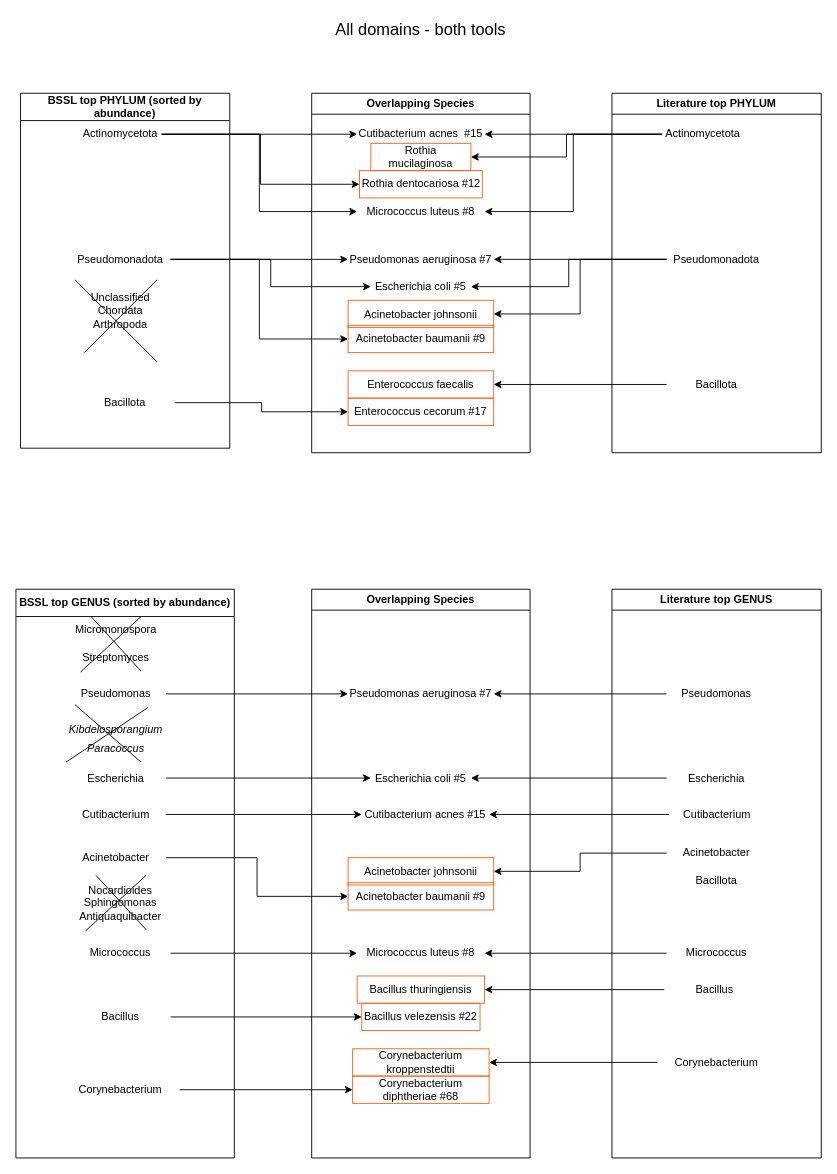
Before: page "Page-4" (4 of 4) of mag_flowchart_analysis.drawio in IceGreb/diagrams, a draw.io diagram. Source tidied: cells renumbered, new cells numbered last; positions are measured from the earlier drawing's top-left corner, leaving out a move shared by most shapes. Both pictures are drawn from the tidied source at 91%, with x=0, y=0 at pixel (15, 15).
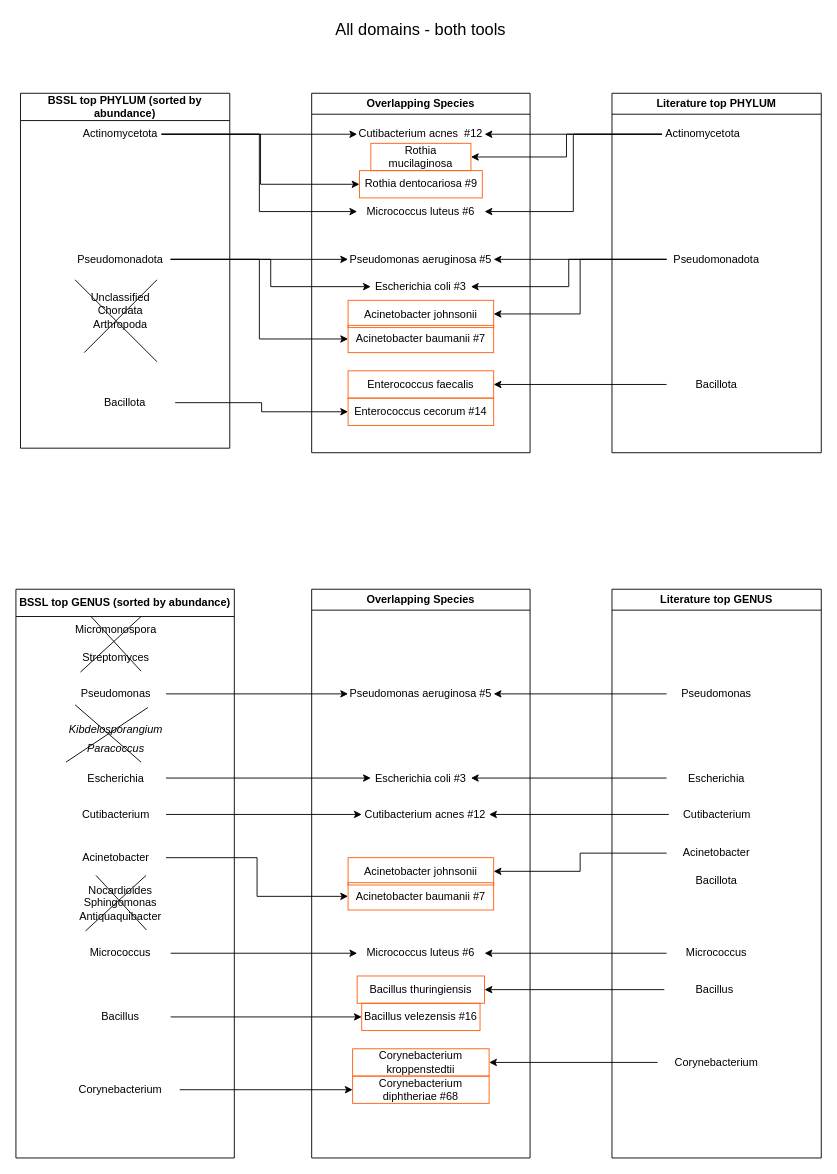
Above is the later version.

The change refers to these unchanged cells:
```xml
<mxCell id="13" value="Overlapping Species" style="swimlane;whiteSpace=wrap;html=1;" parent="1" vertex="1">
  <mxGeometry x="325" y="85" width="240" height="395" as="geometry" />
</mxCell>
<mxCell id="58" value="Overlapping Species" style="swimlane;whiteSpace=wrap;html=1;" parent="1" vertex="1">
  <mxGeometry x="325" y="630" width="240" height="625" as="geometry" />
</mxCell>
```

Change to the diagram source:
```diff
@@
-    <mxCell id="15" value="Rothia dentocariosa #12" style="text;html=1;whiteSpace=wrap;strokeColor=#FF5F0F;fillColor=none;align=center;verticalAlign=middle;rounded=0;" parent="13" vertex="1">
+    <mxCell id="15" value="Rothia dentocariosa #9" style="text;html=1;whiteSpace=wrap;strokeColor=#FF5F0F;fillColor=none;align=center;verticalAlign=middle;rounded=0;" parent="13" vertex="1">
       <mxGeometry x="52.5" y="85" width="135" height="30" as="geometry" />
     </mxCell>
-    <mxCell id="16" value="Micrococcus luteus #8" style="text;html=1;whiteSpace=wrap;strokeColor=none;fillColor=none;align=center;verticalAlign=middle;rounded=0;" parent="13" vertex="1">
+    <mxCell id="16" value="Micrococcus luteus #6" style="text;html=1;whiteSpace=wrap;strokeColor=none;fillColor=none;align=center;verticalAlign=middle;rounded=0;" parent="13" vertex="1">
       <mxGeometry x="50" y="115" width="140" height="30" as="geometry" />
     </mxCell>
-    <mxCell id="17" value="Cutibacterium acnes&amp;nbsp; #15" style="text;html=1;whiteSpace=wrap;strokeColor=none;fillColor=none;align=center;verticalAlign=middle;rounded=0;" parent="13" vertex="1">
+    <mxCell id="17" value="Cutibacterium acnes&amp;nbsp; #12" style="text;html=1;whiteSpace=wrap;strokeColor=none;fillColor=none;align=center;verticalAlign=middle;rounded=0;" parent="13" vertex="1">
       <mxGeometry x="50" y="30" width="140" height="30" as="geometry" />
     </mxCell>
-    <mxCell id="18" value="Pseudomonas aeruginosa #7" style="text;html=1;whiteSpace=wrap;strokeColor=none;fillColor=none;align=center;verticalAlign=middle;rounded=0;" parent="13" vertex="1">
+    <mxCell id="18" value="Pseudomonas aeruginosa #5" style="text;html=1;whiteSpace=wrap;strokeColor=none;fillColor=none;align=center;verticalAlign=middle;rounded=0;" parent="13" vertex="1">
       <mxGeometry x="40" y="167.5" width="160" height="30" as="geometry" />
     </mxCell>
-    <mxCell id="19" value="Escherichia coli #5" style="text;html=1;whiteSpace=wrap;strokeColor=none;fillColor=none;align=center;verticalAlign=middle;rounded=0;" parent="13" vertex="1">
+    <mxCell id="19" value="Escherichia coli #3" style="text;html=1;whiteSpace=wrap;strokeColor=none;fillColor=none;align=center;verticalAlign=middle;rounded=0;" parent="13" vertex="1">
       <mxGeometry x="65" y="197.5" width="110" height="30" as="geometry" />
     </mxCell>
@@
-    <mxCell id="21" value="Acinetobacter baumanii #9" style="text;html=1;whiteSpace=wrap;strokeColor=#FF5F0F;fillColor=none;align=center;verticalAlign=middle;rounded=0;" parent="13" vertex="1">
+    <mxCell id="21" value="Acinetobacter baumanii #7" style="text;html=1;whiteSpace=wrap;strokeColor=#FF5F0F;fillColor=none;align=center;verticalAlign=middle;rounded=0;" parent="13" vertex="1">
       <mxGeometry x="40" y="255" width="160" height="30" as="geometry" />
     </mxCell>
@@
-    <mxCell id="23" value="Enterococcus cecorum #17" style="text;html=1;whiteSpace=wrap;strokeColor=#FF5F0F;fillColor=none;align=center;verticalAlign=middle;rounded=0;" parent="13" vertex="1">
+    <mxCell id="23" value="Enterococcus cecorum #14" style="text;html=1;whiteSpace=wrap;strokeColor=#FF5F0F;fillColor=none;align=center;verticalAlign=middle;rounded=0;" parent="13" vertex="1">
       <mxGeometry x="40" y="335" width="160" height="30" as="geometry" />
     </mxCell>
@@
-    <mxCell id="59" value="Pseudomonas aeruginosa #7" style="text;html=1;whiteSpace=wrap;strokeColor=none;fillColor=none;align=center;verticalAlign=middle;rounded=0;" parent="58" vertex="1">
+    <mxCell id="59" value="Pseudomonas aeruginosa #5" style="text;html=1;whiteSpace=wrap;strokeColor=none;fillColor=none;align=center;verticalAlign=middle;rounded=0;" parent="58" vertex="1">
       <mxGeometry x="40" y="100" width="160" height="30" as="geometry" />
     </mxCell>
-    <mxCell id="60" value="Escherichia coli #5" style="text;html=1;whiteSpace=wrap;strokeColor=none;fillColor=none;align=center;verticalAlign=middle;rounded=0;" parent="58" vertex="1">
+    <mxCell id="60" value="Escherichia coli #3" style="text;html=1;whiteSpace=wrap;strokeColor=none;fillColor=none;align=center;verticalAlign=middle;rounded=0;" parent="58" vertex="1">
       <mxGeometry x="65" y="192.5" width="110" height="30" as="geometry" />
     </mxCell>
@@
-    <mxCell id="62" value="Acinetobacter baumanii #9" style="text;html=1;whiteSpace=wrap;strokeColor=#FF5F0F;fillColor=none;align=center;verticalAlign=middle;rounded=0;" parent="58" vertex="1">
+    <mxCell id="62" value="Acinetobacter baumanii #7" style="text;html=1;whiteSpace=wrap;strokeColor=#FF5F0F;fillColor=none;align=center;verticalAlign=middle;rounded=0;" parent="58" vertex="1">
       <mxGeometry x="40" y="322.5" width="160" height="30" as="geometry" />
     </mxCell>
-    <mxCell id="63" value="Cutibacterium acnes #15" style="text;html=1;whiteSpace=wrap;strokeColor=none;fillColor=none;align=center;verticalAlign=middle;rounded=0;" parent="58" vertex="1">
+    <mxCell id="63" value="Cutibacterium acnes #12" style="text;html=1;whiteSpace=wrap;strokeColor=none;fillColor=none;align=center;verticalAlign=middle;rounded=0;" parent="58" vertex="1">
       <mxGeometry x="55" y="232.5" width="140" height="30" as="geometry" />
     </mxCell>
-    <mxCell id="64" value="Micrococcus luteus #8" style="text;html=1;whiteSpace=wrap;strokeColor=none;fillColor=none;align=center;verticalAlign=middle;rounded=0;" parent="58" vertex="1">
+    <mxCell id="64" value="Micrococcus luteus #6" style="text;html=1;whiteSpace=wrap;strokeColor=none;fillColor=none;align=center;verticalAlign=middle;rounded=0;" parent="58" vertex="1">
       <mxGeometry x="50" y="385" width="140" height="30" as="geometry" />
     </mxCell>
@@
-    <mxCell id="66" value="Bacillus velezensis #22" style="text;html=1;whiteSpace=wrap;strokeColor=#FF5F0F;fillColor=none;align=center;verticalAlign=middle;rounded=0;" parent="58" vertex="1">
+    <mxCell id="66" value="Bacillus velezensis #16" style="text;html=1;whiteSpace=wrap;strokeColor=#FF5F0F;fillColor=none;align=center;verticalAlign=middle;rounded=0;" parent="58" vertex="1">
       <mxGeometry x="55" y="455" width="130" height="30" as="geometry" />
     </mxCell>
```
